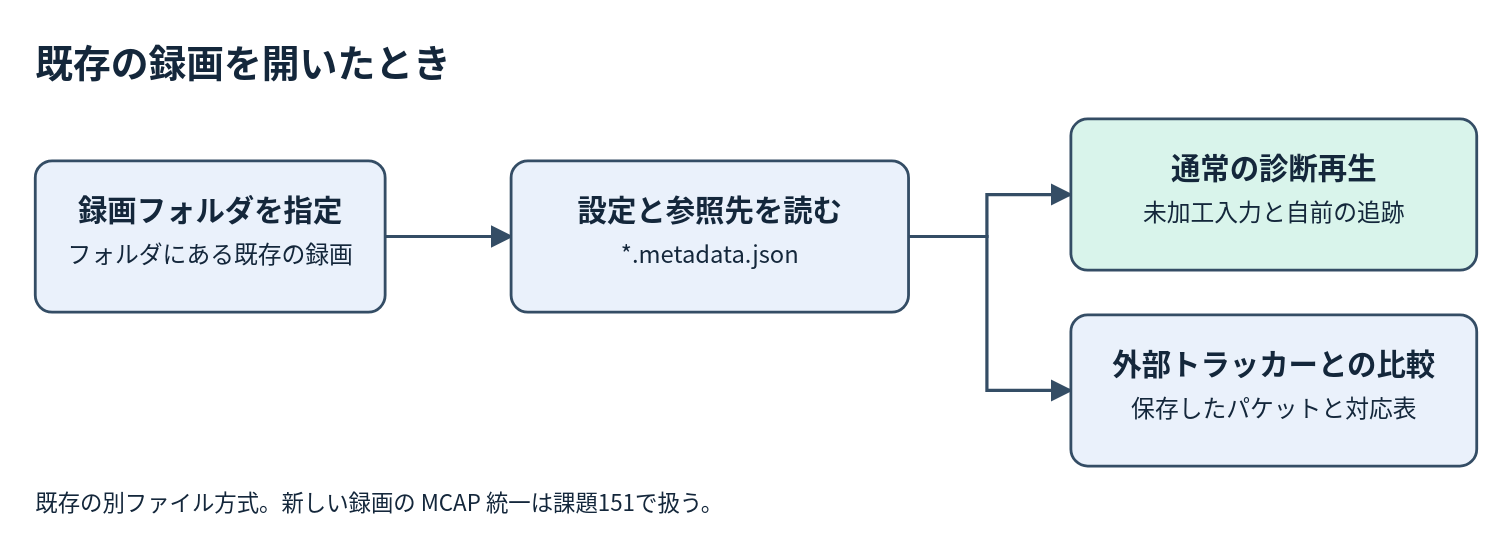
Earlier version of the draw.io export Tracker/Design/Core/capture-replay-legacy-flow.dio.svg (ibis-ssl/Duck). Source tidied: cells renumbered, new cells last; positions are measured from the earlier drawing's top-left corner, leaving out a move shared by most shapes.
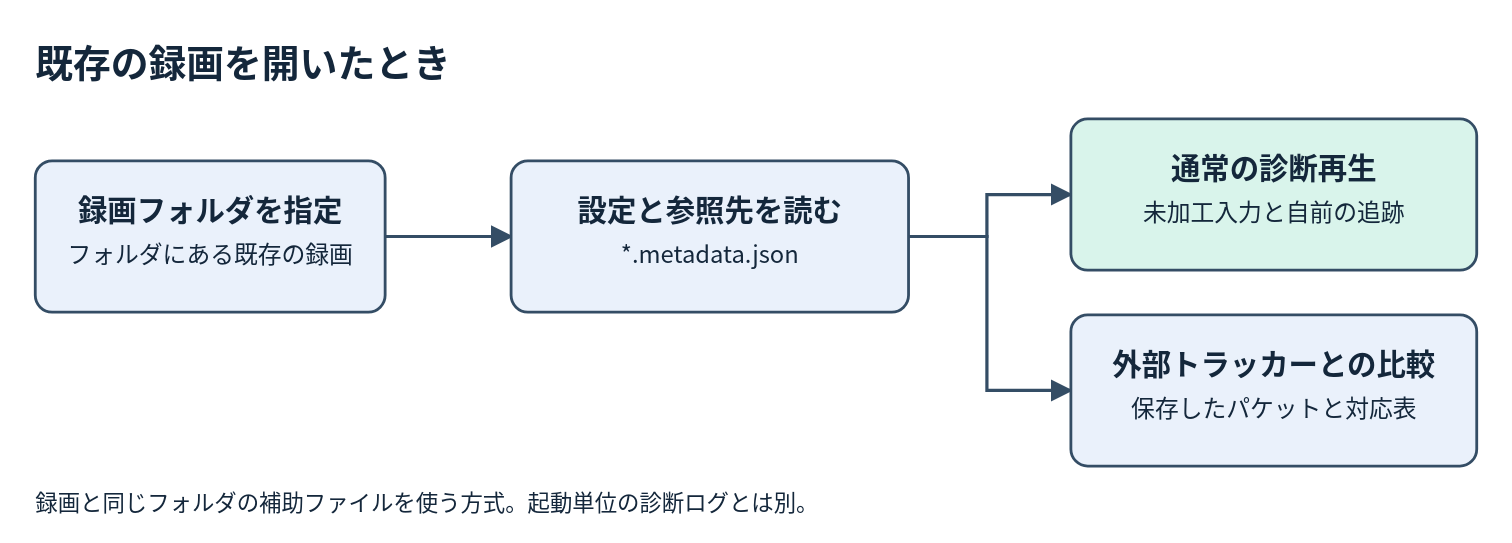
After the commit.

What changed in the source:
```diff
@@ -26,7 +26,7 @@
     <mxCell id="9" style="edgeStyle=orthogonalEdgeStyle;rounded=0;html=0;endArrow=block;strokeColor=#344d65;strokeWidth=2;" parent="1" edge="1" source="4" target="6">
       <mxGeometry relative="1" as="geometry" />
     </mxCell>
-    <mxCell id="10" value="既存の別ファイル方式。新しい録画の MCAP 統一は課題151で扱う。" style="text;html=0;align=left;fontSize=16;" parent="1" vertex="1">
+    <mxCell id="10" value="録画と同じフォルダの補助ファイルを使う方式。起動単位の診断ログとは別。" style="text;html=0;align=left;fontSize=16;" parent="1" vertex="1">
       <mxGeometry y="325" width="1030" height="27" as="geometry" />
     </mxCell>
   </root>
```
